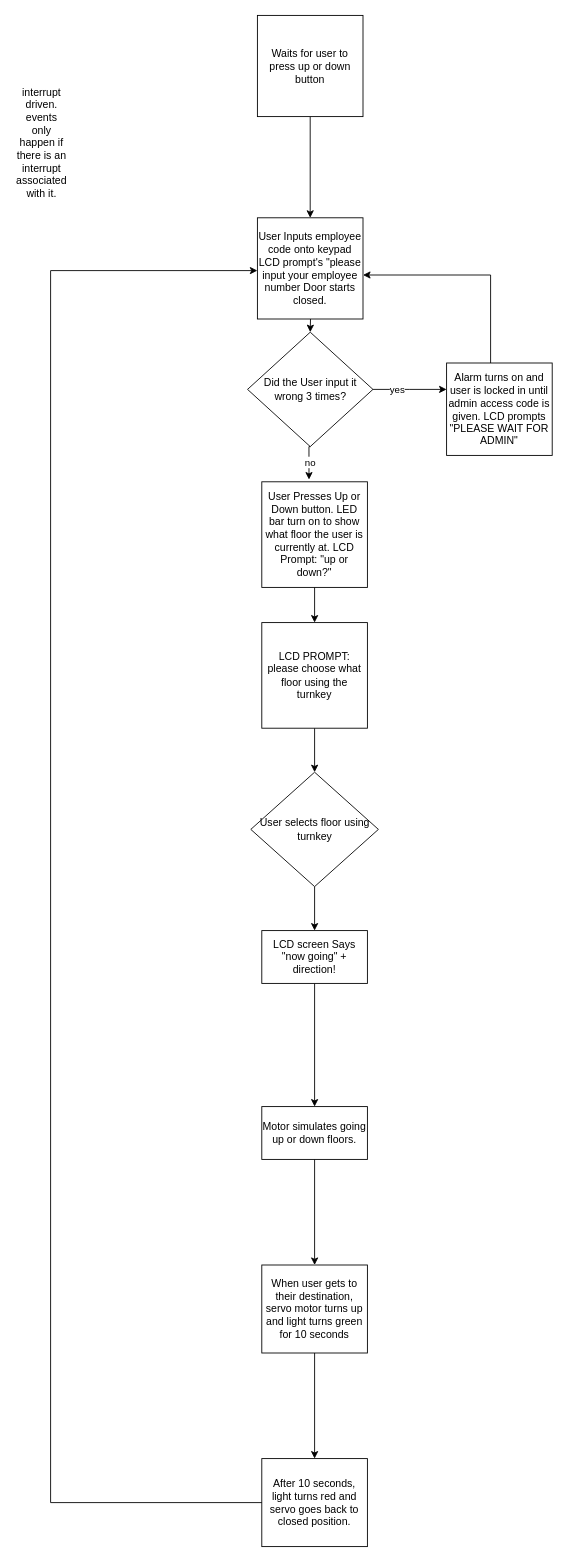
Before: Diagrams/system-diagram.drawio in thesquidgrid/ElevatorProj, a draw.io diagram. Source tidied: cells renumbered, new cells numbered last; positions are measured from the earlier drawing's top-left corner, leaving out a move shared by most shapes. Both pictures are drawn from the tidied source at 88%, with x=0, y=0 at pixel (15, 15).
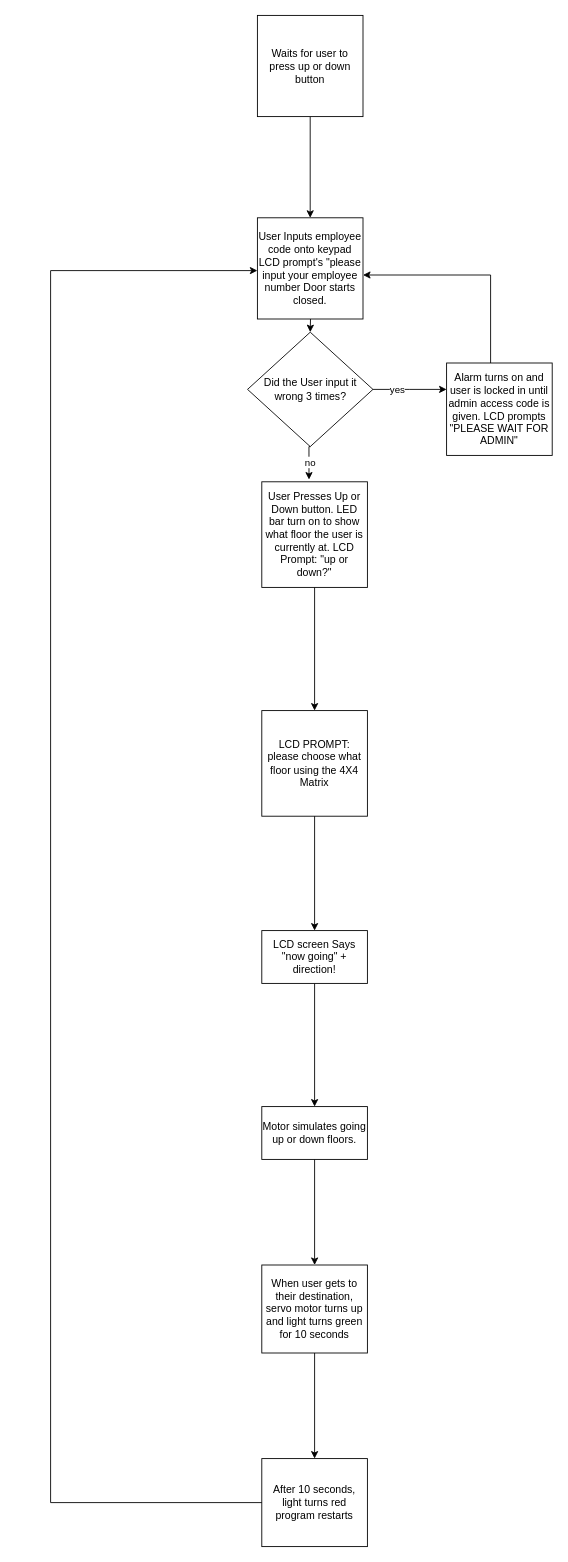
Above is the later version.

Unchanged cells that the change refers to:
```xml
<mxCell id="19" value="LCD screen Says &quot;now going&quot; + direction!" style="rounded=0;whiteSpace=wrap;html=1;" parent="1" vertex="1">
  <mxGeometry x="280" y="1040" width="120" height="60" as="geometry" />
</mxCell>
```

What changed in the source:
```diff
@@
-    <mxCell id="14" style="edgeStyle=orthogonalEdgeStyle;rounded=0;jettySize=auto;html=1;entryX=0.5;entryY=0;entryDx=0;entryDy=0;" parent="1" edge="1" source="15" target="17">
-      <mxGeometry relative="1" as="geometry" />
-    </mxCell>
-    <mxCell id="15" value="LCD PROMPT: please choose what floor using the turnkey" style="rounded=0;whiteSpace=wrap;html=1;" parent="1" vertex="1">
-      <mxGeometry x="280" y="690" width="120" height="120" as="geometry" />
+    <mxCell id="15" value="LCD PROMPT: please choose what floor using the 4X4 Matrix" style="rounded=0;whiteSpace=wrap;html=1;" parent="1" vertex="1">
+      <mxGeometry x="280" y="790" width="120" height="120" as="geometry" />
     </mxCell>
-    <mxCell id="16" style="edgeStyle=orthogonalEdgeStyle;rounded=0;jettySize=auto;html=1;entryX=0.5;entryY=0;entryDx=0;entryDy=0;" parent="1" edge="1" source="17" target="19">
+    <mxCell id="16" style="edgeStyle=orthogonalEdgeStyle;rounded=0;jettySize=auto;html=1;entryX=0.5;entryY=0;entryDx=0;entryDy=0;exitX=0.5;exitY=1;exitDx=0;exitDy=0;" parent="1" edge="1" source="15" target="19">
       <mxGeometry relative="1" as="geometry" />
     </mxCell>
-    <mxCell id="17" value="User selects floor using turnkey" style="rhombus;whiteSpace=wrap;html=1;" parent="1" vertex="1">
-      <mxGeometry x="267.5" y="860" width="145" height="130" as="geometry" />
-    </mxCell>
@@
-    <mxCell id="24" value="After 10 seconds, light turns red and servo goes back to closed position. " style="rounded=0;whiteSpace=wrap;html=1;" parent="1" vertex="1">
+    <mxCell id="24" value="After 10 seconds, light turns red program restarts " style="rounded=0;whiteSpace=wrap;html=1;" parent="1" vertex="1">
       <mxGeometry x="280" y="1640" width="120" height="100" as="geometry" />
     </mxCell>
@@
-    <mxCell id="28" value="interrupt driven. events only happen if there is an interrupt associated with it." style="text;html=1;align=center;verticalAlign=middle;whiteSpace=wrap;rounded=0;" parent="1" vertex="1">
-      <mxGeometry y="130" width="60" height="30" as="geometry" />
-    </mxCell>
```
